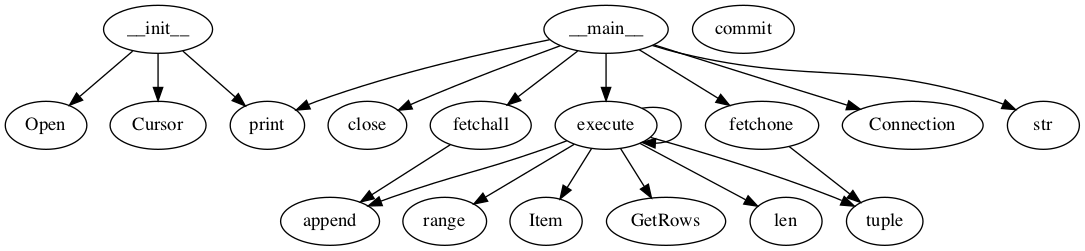
The Graphviz diagram CallGraph_images/ADODatabase.png in JordanCoyne97/Final_Year_Project, before a commit. Its source is kept beside it as CallGraph_dots/ADODatabase.dot.
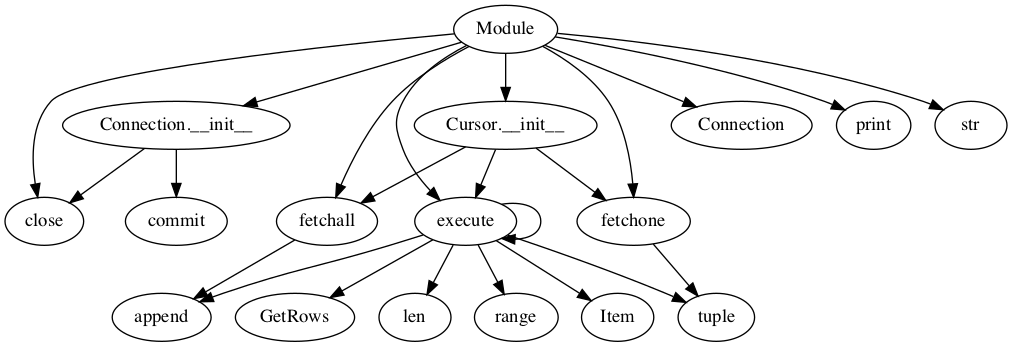
Above is the later version.

The edit, as a diff of the source:
```diff
@@ -1,8 +1,4 @@
 digraph  {
-__init__;
-Open;
-Cursor;
-print;
 commit;
 close;
 execute;
@@ -14,12 +10,12 @@
 tuple;
 fetchall;
 fetchone;
-__main__;
+Module;
+"Connection.__init__";
+"Cursor.__init__";
 Connection;
+print;
 str;
-__init__ -> Open;
-__init__ -> Cursor;
-__init__ -> print;
 execute -> execute;
 execute -> range;
 execute -> append;
@@ -29,11 +25,18 @@
 execute -> tuple;
 fetchall -> append;
 fetchone -> tuple;
-__main__ -> Connection;
-__main__ -> print;
-__main__ -> execute;
-__main__ -> str;
-__main__ -> fetchall;
-__main__ -> fetchone;
-__main__ -> close;
+Module -> "Connection.__init__";
+Module -> "Cursor.__init__";
+Module -> Connection;
+Module -> print;
+Module -> execute;
+Module -> str;
+Module -> fetchall;
+Module -> fetchone;
+Module -> close;
+"Connection.__init__" -> commit;
+"Connection.__init__" -> close;
+"Cursor.__init__" -> execute;
+"Cursor.__init__" -> fetchall;
+"Cursor.__init__" -> fetchone;
 }
```
